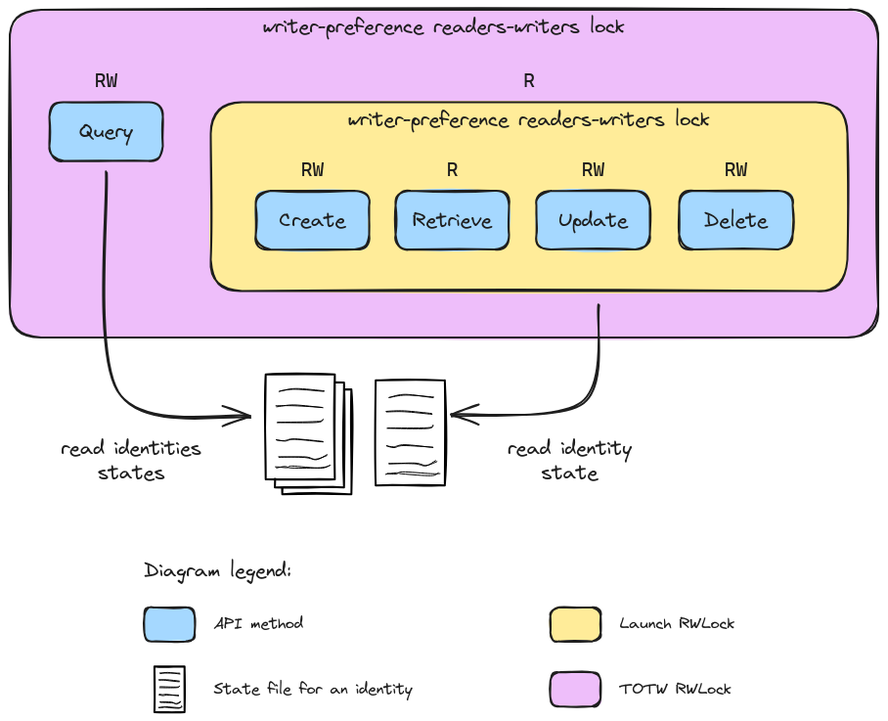
Above: res/totw-identity-locks.excalidraw.png in ctfer-io/chall-manager (Excalidraw), before the change. Source tidied: one line per element, renumbered; positions are measured from the earlier drawing's top-left corner, leaving out a move shared by most shapes.
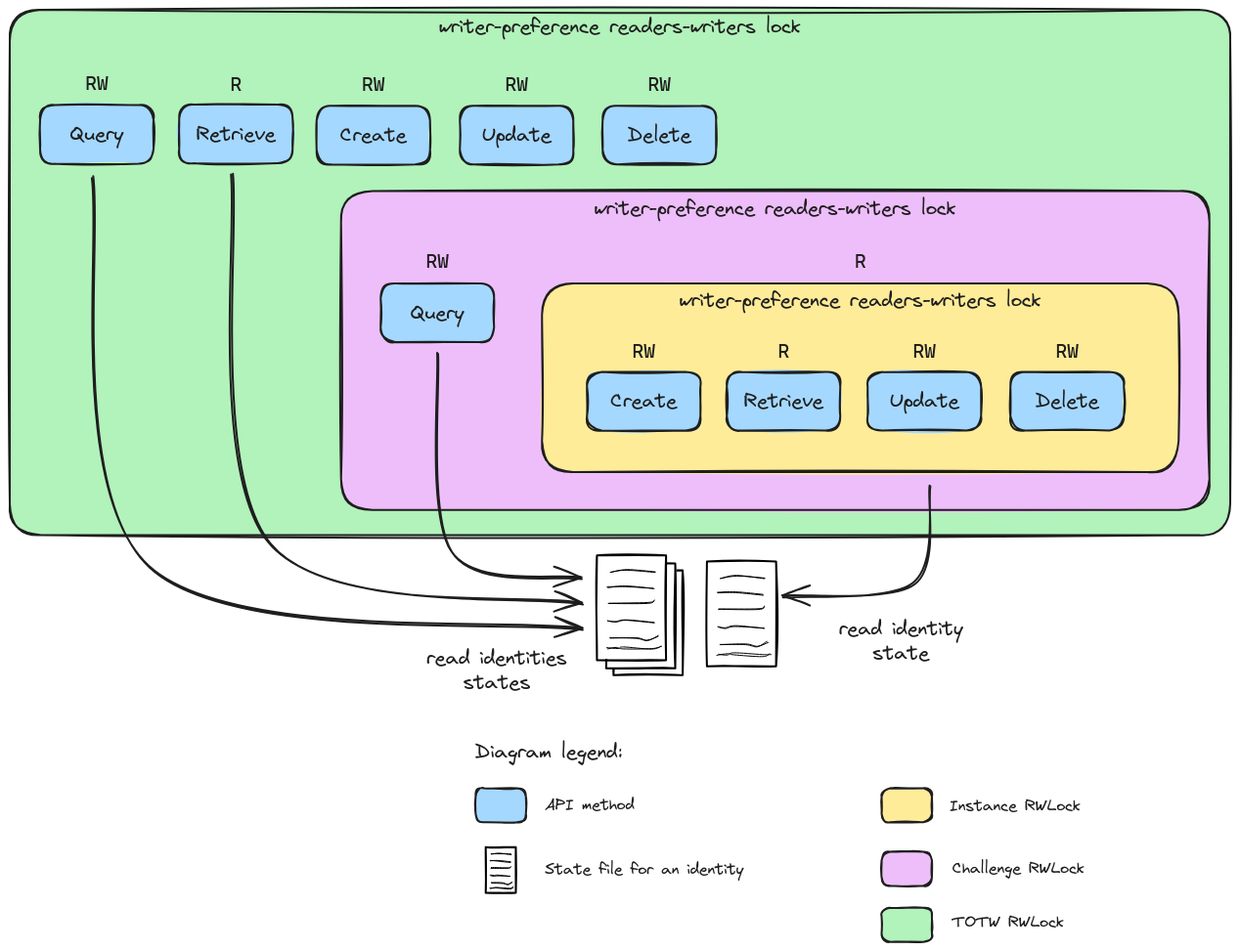
The same diagram one commit later.

Diff of the diagram source:
```diff
@@ -1,4 +1,6 @@
+{"id": 55, "type": "rectangle", "strokeColor": "#1e1e1e", "backgroundColor": "#b2f2bb", "fillStyle": "solid", "strokeWidth": 2, "roughness": 1, "round": true, "x": -339, "y": -186, "width": 1248, "height": 538}
+{"id": 56, "type": "text", "text": "writer-preference readers-writers lock", "strokeColor": "#1e1e1e", "backgroundColor": "#ffec99", "fillStyle": "solid", "strokeWidth": 2, "roughness": 1, "fontSize": 20, "fontFamily": 1, "textAlign": "center", "inside": 55, "x": 100, "y": -181, "width": 370, "height": 25}
-{"id": 0, "type": "rectangle", "strokeColor": "#1e1e1e", "backgroundColor": "#eebefa", "fillStyle": "solid", "strokeWidth": 2, "roughness": 1, "round": true, "x": 0, "y": 0, "width": 888, "height": 335}
+{"id": 0, "type": "rectangle", "strokeColor": "#1e1e1e", "backgroundColor": "#eebefa", "fillStyle": "solid", "strokeWidth": 2, "roughness": 1, "round": true, "x": 0, "y": 0, "width": 888, "height": 326}
 {"id": 1, "type": "text", "text": "writer-preference readers-writers lock", "strokeColor": "#1e1e1e", "backgroundColor": "#ffec99", "fillStyle": "solid", "strokeWidth": 2, "roughness": 1, "fontSize": 20, "fontFamily": 1, "textAlign": "center", "inside": 0, "x": 259, "y": 5, "width": 370, "height": 25}
 {"id": 2, "type": "rectangle", "strokeColor": "#1e1e1e", "backgroundColor": "#ffec99", "fillStyle": "solid", "strokeWidth": 2, "roughness": 1, "round": true, "x": 206, "y": 94, "width": 651, "height": 193}
 {"id": 3, "type": "text", "text": "writer-preference readers-writers lock", "strokeColor": "#1e1e1e", "backgroundColor": "#ffec99", "fillStyle": "solid", "strokeWidth": 2, "roughness": 1, "fontSize": 20, "fontFamily": 1, "textAlign": "center", "inside": 2, "x": 346, "y": 100, "width": 370, "height": 25}
@@ -34,9 +36,9 @@
 {"id": 33, "type": "line", "strokeColor": "#000000", "backgroundColor": "#fff", "fillStyle": "solid", "strokeWidth": 1, "roughness": 1, "round": true, "x": 385, "y": 475, "width": 54, "height": 3, "points": [[0, 0], [10, -1], [16, -1], [46, 1], [54, -2]]}
 {"id": 34, "type": "line", "strokeColor": "#000000", "backgroundColor": "#fff", "fillStyle": "solid", "strokeWidth": 1, "roughness": 1, "round": true, "x": 385, "y": 411, "width": 47, "height": 2, "points": [[0, 0], [18, -1], [47, 2]]}
 {"id": 35, "type": "line", "strokeColor": "#000000", "backgroundColor": "#fff", "fillStyle": "solid", "strokeWidth": 1, "roughness": 1, "round": true, "x": 385, "y": 446, "width": 47, "height": 2, "points": [[0, 0], [8, 1], [18, -1], [47, 2]]}
-{"id": 36, "type": "arrow", "strokeColor": "#1e1e1e", "backgroundColor": "#eebefa", "fillStyle": "solid", "strokeWidth": 2, "roughness": 1, "endArrowhead": "arrow", "round": true, "from": 17, "to": 22, "x": 98, "y": 166, "width": 147, "height": 250, "points": [[0, 0], [13, 223], [147, 250]]}
+{"id": 36, "type": "arrow", "strokeColor": "#1e1e1e", "backgroundColor": "#eebefa", "fillStyle": "solid", "strokeWidth": 2, "roughness": 1, "endArrowhead": "arrow", "round": true, "from": 17, "to": 22, "x": 98, "y": 166, "width": 147, "height": 230, "points": [[0, 0], [16, 202], [147, 230]]}
 {"id": 37, "type": "arrow", "strokeColor": "#1e1e1e", "backgroundColor": "#eebefa", "fillStyle": "solid", "strokeWidth": 2, "roughness": 1, "endArrowhead": "arrow", "round": true, "from": 2, "to": 29, "x": 602, "y": 302, "width": 150, "height": 114, "points": [[0, 0], [-16, 100], [-150, 114]]}
-{"id": 38, "type": "text", "text": "read identities\nstates", "strokeColor": "#1e1e1e", "backgroundColor": "#eebefa", "fillStyle": "solid", "strokeWidth": 2, "roughness": 1, "fontSize": 20, "fontFamily": 1, "textAlign": "center", "x": 52, "y": 436, "width": 143, "height": 50}
+{"id": 38, "type": "text", "text": "read identities\nstates", "strokeColor": "#1e1e1e", "backgroundColor": "#eebefa", "fillStyle": "solid", "strokeWidth": 2, "roughness": 1, "fontSize": 20, "fontFamily": 1, "textAlign": "center", "x": 88, "y": 466, "width": 143, "height": 50}
 {"id": 39, "type": "text", "text": "read identity\nstate", "strokeColor": "#1e1e1e", "backgroundColor": "#eebefa", "fillStyle": "solid", "strokeWidth": 2, "roughness": 1, "fontSize": 20, "fontFamily": 1, "textAlign": "center", "x": 509, "y": 436, "width": 127, "height": 50}
 {"id": 40, "type": "text", "text": "API method", "strokeColor": "#1e1e1e", "backgroundColor": "#eebefa", "fillStyle": "solid", "strokeWidth": 2, "strokeStyle": "dotted", "roughness": 1, "fontSize": 16, "fontFamily": 1, "x": 209, "y": 618, "width": 92, "height": 20}
 {"id": 41, "type": "text", "text": "Diagram legend:", "strokeColor": "#1e1e1e", "backgroundColor": "#eebefa", "fillStyle": "solid", "strokeWidth": 1, "strokeStyle": "dashed", "roughness": 1, "fontSize": 20, "fontFamily": 1, "x": 137, "y": 561, "width": 151, "height": 25}
@@ -49,7 +51,26 @@
 {"id": 48, "type": "line", "strokeColor": "#000000", "backgroundColor": "#fff", "fillStyle": "solid", "strokeWidth": 1, "roughness": 1, "round": true, "x": 153, "y": 685, "width": 20, "height": 1, "points": [[0, 0], [8, 0], [20, 1]]}
 {"id": 49, "type": "line", "strokeColor": "#000000", "backgroundColor": "#fff", "fillStyle": "solid", "strokeWidth": 1, "roughness": 1, "round": true, "x": 153, "y": 700, "width": 20, "height": 1, "points": [[0, 0], [4, 1], [8, 0], [20, 1]]}
 {"id": 50, "type": "text", "text": "State file for an identity", "strokeColor": "#1e1e1e", "backgroundColor": "#eebefa", "fillStyle": "solid", "strokeWidth": 2, "strokeStyle": "dotted", "roughness": 1, "fontSize": 16, "fontFamily": 1, "x": 209, "y": 685, "width": 203, "height": 20}
-{"id": 51, "type": "text", "text": "Launch RWLock", "strokeColor": "#1e1e1e", "backgroundColor": "#eebefa", "fillStyle": "solid", "strokeWidth": 2, "strokeStyle": "dotted", "roughness": 1, "fontSize": 16, "fontFamily": 1, "x": 624, "y": 618, "width": 118, "height": 20}
+{"id": 51, "type": "text", "text": "Instance RWLock", "strokeColor": "#1e1e1e", "backgroundColor": "#eebefa", "fillStyle": "solid", "strokeWidth": 2, "strokeStyle": "dotted", "roughness": 1, "fontSize": 16, "fontFamily": 1, "x": 622, "y": 619, "width": 134, "height": 20}
 {"id": 52, "type": "rectangle", "strokeColor": "#1e1e1e", "backgroundColor": "#ffec99", "fillStyle": "solid", "strokeWidth": 2, "roughness": 1, "round": true, "x": 553, "y": 611, "width": 51, "height": 35}
-{"id": 53, "type": "text", "text": "TOTW RWLock", "strokeColor": "#1e1e1e", "backgroundColor": "#eebefa", "fillStyle": "solid", "strokeWidth": 2, "strokeStyle": "dotted", "roughness": 1, "fontSize": 16, "fontFamily": 1, "x": 624, "y": 685, "width": 114, "height": 20}
+{"id": 53, "type": "text", "text": "Challenge RWLock", "strokeColor": "#1e1e1e", "backgroundColor": "#eebefa", "fillStyle": "solid", "strokeWidth": 2, "strokeStyle": "dotted", "roughness": 1, "fontSize": 16, "fontFamily": 1, "x": 625, "y": 683, "width": 135, "height": 20}
-{"id": 54, "type": "rectangle", "strokeColor": "#1e1e1e", "backgroundColor": "#eebefa", "fillStyle": "solid", "strokeWidth": 2, "roughness": 1, "round": true, "x": 553, "y": 677, "width": 51, "height": 35}
+{"id": 54, "type": "rectangle", "strokeColor": "#1e1e1e", "backgroundColor": "#eebefa", "fillStyle": "solid", "strokeWidth": 2, "roughness": 1, "round": true, "x": 553, "y": 676, "width": 51, "height": 35}
+{"id": 57, "type": "text", "text": "TOTW RWLock", "strokeColor": "#1e1e1e", "backgroundColor": "#eebefa", "fillStyle": "solid", "strokeWidth": 2, "strokeStyle": "dotted", "roughness": 1, "fontSize": 16, "fontFamily": 1, "x": 625, "y": 738, "width": 114, "height": 20}
+{"id": 58, "type": "rectangle", "strokeColor": "#1e1e1e", "backgroundColor": "#b2f2bb", "fillStyle": "solid", "strokeWidth": 2, "roughness": 1, "round": true, "x": 553, "y": 733, "width": 51, "height": 35}
+{"id": 59, "type": "rectangle", "strokeColor": "#1e1e1e", "backgroundColor": "#a5d8ff", "fillStyle": "solid", "strokeWidth": 2, "roughness": 1, "round": true, "x": -166, "y": -89, "width": 116, "height": 60}
+{"id": 60, "type": "text", "text": "Retrieve", "strokeColor": "#1e1e1e", "strokeWidth": 2, "roughness": 1, "fontSize": 20, "fontFamily": 1, "textAlign": "center", "verticalAlign": "middle", "inside": 59, "x": -148, "y": -71, "width": 81, "height": 25}
+{"id": 61, "type": "rectangle", "strokeColor": "#1e1e1e", "backgroundColor": "#a5d8ff", "fillStyle": "solid", "strokeWidth": 2, "roughness": 1, "round": true, "x": -25, "y": -87, "width": 116, "height": 60}
+{"id": 62, "type": "text", "text": "Create", "strokeColor": "#1e1e1e", "strokeWidth": 2, "roughness": 1, "fontSize": 20, "fontFamily": 1, "textAlign": "center", "verticalAlign": "middle", "inside": 61, "x": -1, "y": -70, "width": 68, "height": 25}
+{"id": 63, "type": "rectangle", "strokeColor": "#1e1e1e", "backgroundColor": "#a5d8ff", "fillStyle": "solid", "strokeWidth": 2, "roughness": 1, "round": true, "x": 122, "y": -87, "width": 116, "height": 60}
+{"id": 64, "type": "text", "text": "Update", "strokeColor": "#1e1e1e", "strokeWidth": 2, "roughness": 1, "fontSize": 20, "fontFamily": 1, "textAlign": "center", "verticalAlign": "middle", "inside": 63, "x": 144, "y": -70, "width": 71, "height": 25}
+{"id": 65, "type": "rectangle", "strokeColor": "#1e1e1e", "backgroundColor": "#a5d8ff", "fillStyle": "solid", "strokeWidth": 2, "roughness": 1, "round": true, "x": 268, "y": -87, "width": 116, "height": 60}
+{"id": 66, "type": "text", "text": "Delete", "strokeColor": "#1e1e1e", "strokeWidth": 2, "roughness": 1, "fontSize": 20, "fontFamily": 1, "textAlign": "center", "verticalAlign": "middle", "inside": 65, "x": 293, "y": -70, "width": 65, "height": 25}
+{"id": 67, "type": "text", "text": "R", "strokeColor": "#1e1e1e", "backgroundColor": "#a5d8ff", "fillStyle": "solid", "strokeWidth": 2, "roughness": 1, "fontSize": 20, "fontFamily": 3, "x": -113, "y": -121, "width": 12, "height": 24}
+{"id": 68, "type": "text", "text": "RW", "strokeColor": "#1e1e1e", "backgroundColor": "#a5d8ff", "fillStyle": "solid", "strokeWidth": 2, "roughness": 1, "fontSize": 20, "fontFamily": 3, "x": 21, "y": -121, "width": 23, "height": 24}
+{"id": 69, "type": "text", "text": "RW", "strokeColor": "#1e1e1e", "backgroundColor": "#a5d8ff", "fillStyle": "solid", "strokeWidth": 2, "roughness": 1, "fontSize": 20, "fontFamily": 3, "x": 168, "y": -121, "width": 23, "height": 24}
+{"id": 70, "type": "text", "text": "RW", "strokeColor": "#1e1e1e", "backgroundColor": "#a5d8ff", "fillStyle": "solid", "strokeWidth": 2, "roughness": 1, "fontSize": 20, "fontFamily": 3, "verticalAlign": "middle", "x": 314, "y": -121, "width": 23, "height": 24}
+{"id": 71, "type": "arrow", "strokeColor": "#1e1e1e", "backgroundColor": "#b2f2bb", "fillStyle": "solid", "strokeWidth": 2, "roughness": 1, "endArrowhead": "arrow", "round": true, "from": 59, "to": 22, "x": -112, "y": -18, "width": 360, "height": 440, "points": [[0, 0], [39, 378], [360, 440]]}
+{"id": 72, "type": "rectangle", "strokeColor": "#1e1e1e", "backgroundColor": "#a5d8ff", "fillStyle": "solid", "strokeWidth": 2, "roughness": 1, "round": true, "x": -308, "y": -88, "width": 116, "height": 60}
+{"id": 73, "type": "text", "text": "Query", "strokeColor": "#1e1e1e", "strokeWidth": 2, "roughness": 1, "fontSize": 20, "fontFamily": 1, "textAlign": "center", "verticalAlign": "middle", "inside": 72, "x": -277, "y": -71, "width": 54, "height": 25}
+{"id": 74, "type": "text", "text": "RW", "strokeColor": "#1e1e1e", "backgroundColor": "#a5d8ff", "fillStyle": "solid", "strokeWidth": 2, "roughness": 1, "fontSize": 20, "fontFamily": 3, "x": -261, "y": -123, "width": 23, "height": 24}
+{"id": 75, "type": "arrow", "strokeColor": "#1e1e1e", "backgroundColor": "#b2f2bb", "fillStyle": "solid", "strokeWidth": 2, "roughness": 1, "endArrowhead": "arrow", "round": true, "from": 72, "to": 22, "x": -254, "y": -14, "width": 500, "height": 462, "points": [[0, 0], [58, 399], [500, 462]]}
```
